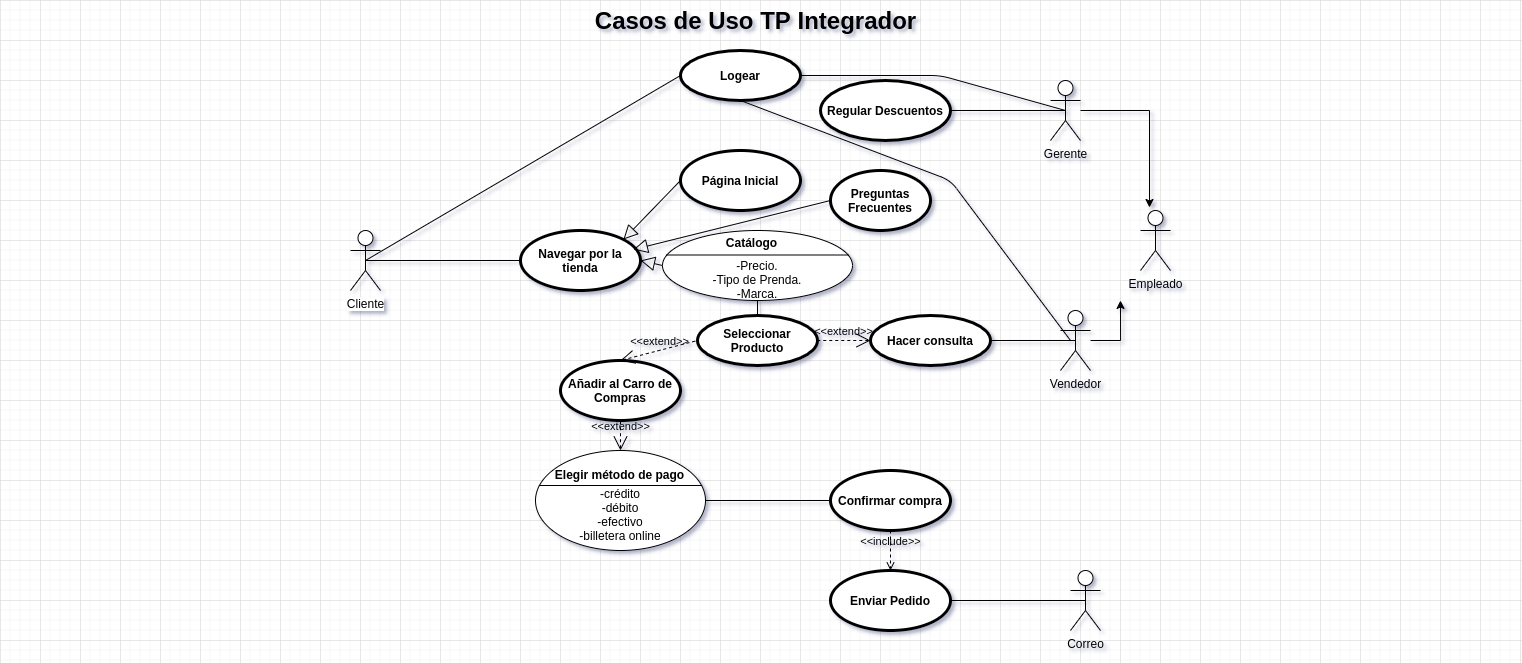
The draw.io diagram CU_1.png in Fede4872/integrador_sistemas_II, before a commit. Source tidied: cells renumbered, new cells last; positions are measured from the earlier drawing's top-left corner, leaving out a move shared by most shapes.
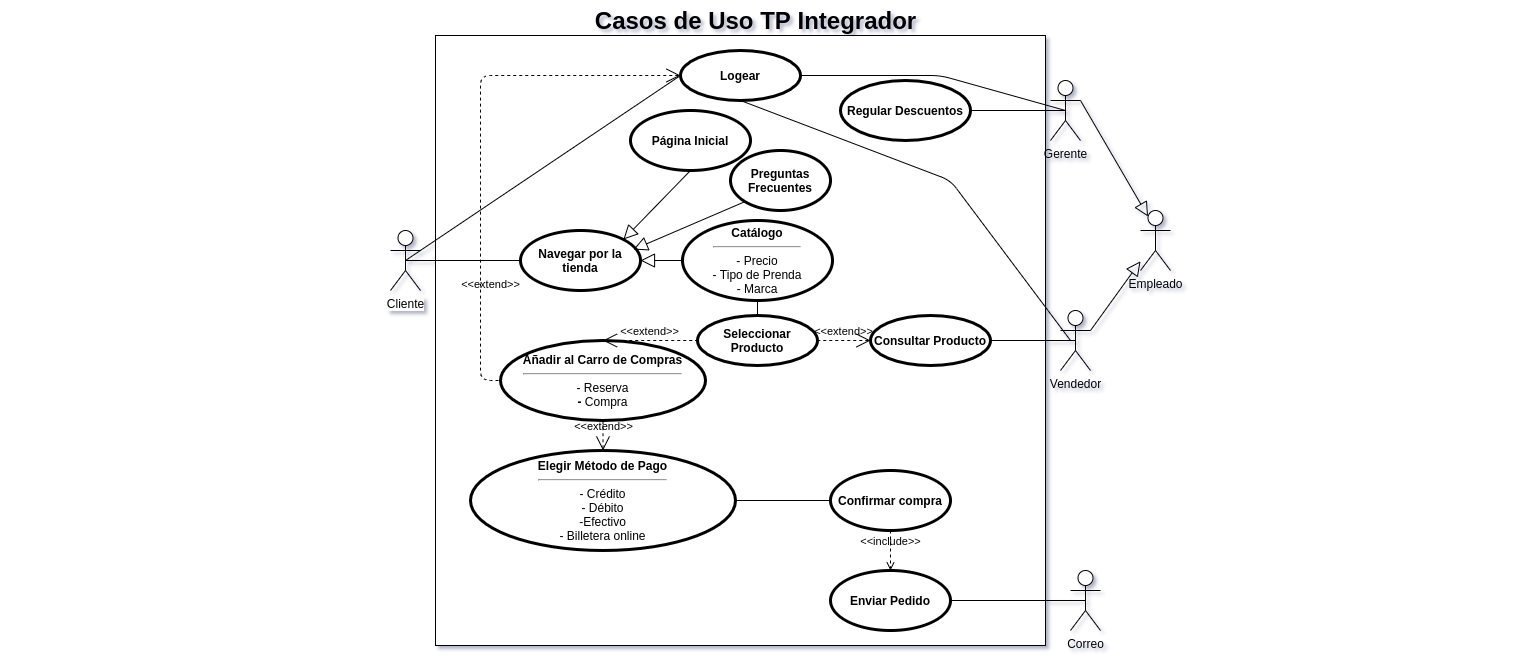
After the commit.

Commit message:
Falta Diagrama de Clases y de Secuencia

What changed in the source:
```diff
@@ -2,26 +2,21 @@
   <root>
     <mxCell id="0" style="html=1;" />
     <mxCell id="1" style="html=1;" parent="0" />
+    <mxCell id="40" style="whiteSpace=wrap;html=1;" parent="1" vertex="1">
+      <mxGeometry x="435" y="35" width="610" height="610" as="geometry" />
+    </mxCell>
     <mxCell id="2" value="Casos de Uso TP Integrador" style="text;strokeColor=none;fillColor=none;html=1;fontSize=24;fontStyle=1;verticalAlign=middle;align=center;" parent="1" vertex="1">
       <mxGeometry width="1510" height="40" as="geometry" />
     </mxCell>
     <mxCell id="3" value="Cliente" style="shape=umlActor;verticalLabelPosition=bottom;labelBackgroundColor=#ffffff;verticalAlign=top;html=1;outlineConnect=0;" parent="1" vertex="1">
-      <mxGeometry x="350" y="230" width="30" height="60" as="geometry" />
+      <mxGeometry x="390" y="230" width="30" height="60" as="geometry" />
     </mxCell>
     <mxCell id="4" value="Empleado" style="shape=umlActor;html=1;verticalLabelPosition=bottom;verticalAlign=top;align=center;" parent="1" vertex="1">
       <mxGeometry x="1140" y="210" width="30" height="60" as="geometry" />
     </mxCell>
-    <mxCell id="5" style="edgeStyle=orthogonalEdgeStyle;rounded=0;jettySize=auto;html=1;entryX=0.3;entryY=-0.05;entryDx=0;entryDy=0;entryPerimeter=0;" parent="1" edge="1" source="6" target="4">
-      <mxGeometry relative="1" as="geometry" />
-    </mxCell>
     <mxCell id="6" value="Gerente" style="shape=umlActor;html=1;verticalLabelPosition=bottom;verticalAlign=top;align=center;" parent="1" vertex="1">
       <mxGeometry x="1050" y="80" width="30" height="60" as="geometry" />
     </mxCell>
-    <mxCell id="7" style="edgeStyle=orthogonalEdgeStyle;rounded=0;jettySize=auto;html=1;" parent="1" edge="1" source="8">
-      <mxGeometry relative="1" as="geometry">
-        <mxPoint x="1120" y="300" as="targetPoint" />
-      </mxGeometry>
-    </mxCell>
     <mxCell id="8" value="Vendedor" style="shape=umlActor;html=1;verticalLabelPosition=bottom;verticalAlign=top;align=center;" parent="1" vertex="1">
       <mxGeometry x="1060" y="310" width="30" height="60" as="geometry" />
     </mxCell>
@@ -29,7 +24,7 @@
       <mxGeometry x="1070" y="570" width="30" height="60" as="geometry" />
     </mxCell>
     <mxCell id="10" value="Regular Descuentos" style="shape=ellipse;html=1;strokeWidth=3;fontStyle=1;whiteSpace=wrap;align=center;perimeter=ellipsePerimeter;" parent="1" vertex="1">
-      <mxGeometry x="820" y="80" width="130" height="60" as="geometry" />
+      <mxGeometry x="840" y="80" width="130" height="60" as="geometry" />
     </mxCell>
     <mxCell id="11" value="Enviar Pedido" style="shape=ellipse;html=1;strokeWidth=3;fontStyle=1;whiteSpace=wrap;align=center;perimeter=ellipsePerimeter;" parent="1" vertex="1">
       <mxGeometry x="830" y="570" width="120" height="60" as="geometry" />
@@ -41,37 +36,21 @@
       <mxGeometry x="520" y="230" width="120" height="60" as="geometry" />
     </mxCell>
     <mxCell id="14" value="Preguntas Frecuentes" style="shape=ellipse;html=1;strokeWidth=3;fontStyle=1;whiteSpace=wrap;align=center;perimeter=ellipsePerimeter;" parent="1" vertex="1">
-      <mxGeometry x="830" y="170" width="100" height="60" as="geometry" />
+      <mxGeometry x="730" y="150" width="100" height="60" as="geometry" />
     </mxCell>
     <mxCell id="15" value="Página Inicial" style="shape=ellipse;html=1;strokeWidth=3;fontStyle=1;whiteSpace=wrap;align=center;perimeter=ellipsePerimeter;" parent="1" vertex="1">
-      <mxGeometry x="680" y="150" width="120" height="60" as="geometry" />
+      <mxGeometry x="630" y="110" width="120" height="60" as="geometry" />
     </mxCell>
-    <mxCell id="16" value="&lt;span&gt;&lt;br&gt;&lt;/span&gt;&lt;span&gt;&lt;br&gt;-Precio.&lt;/span&gt;&lt;span&gt;&lt;br&gt;&lt;/span&gt;&lt;span&gt;-Tipo de Prenda.&lt;/span&gt;&lt;br&gt;&lt;span&gt;-Marca.&lt;/span&gt;" style="html=1;shape=mxgraph.sysml.useCaseExtPt;whiteSpace=wrap;align=center;" parent="1" vertex="1">
-      <mxGeometry x="662" y="230" width="190" height="70" as="geometry" />
-    </mxCell>
-    <mxCell id="17" value="Catálogo" style="html=1;verticalAlign=middle;align=center;labelBackgroundColor=none;fontStyle=1;" parent="16" vertex="1">
-      <mxGeometry x="95" y="14.9" as="geometry">
-        <mxPoint x="-7" y="-4" as="offset" />
-      </mxGeometry>
-    </mxCell>
-    <mxCell id="18" value="Añadir al Carro de Compras" style="shape=ellipse;html=1;strokeWidth=3;fontStyle=1;whiteSpace=wrap;align=center;perimeter=ellipsePerimeter;" parent="1" vertex="1">
-      <mxGeometry x="560" y="360" width="120" height="60" as="geometry" />
+    <mxCell id="18" value="Añadir al Carro de Compras&lt;br&gt;&lt;hr&gt;&lt;span style=&quot;font-weight: 400&quot;&gt;- Reserva&lt;br&gt;&lt;/span&gt;- &lt;span style=&quot;font-weight: normal&quot;&gt;Compra&lt;/span&gt;" style="shape=ellipse;html=1;strokeWidth=3;fontStyle=1;whiteSpace=wrap;align=center;perimeter=ellipsePerimeter;" parent="1" vertex="1">
+      <mxGeometry x="500" y="340" width="205" height="80" as="geometry" />
     </mxCell>
     <mxCell id="19" value="Confirmar compra" style="shape=ellipse;html=1;strokeWidth=3;fontStyle=1;whiteSpace=wrap;align=center;perimeter=ellipsePerimeter;" parent="1" vertex="1">
       <mxGeometry x="830" y="470" width="120" height="60" as="geometry" />
     </mxCell>
-    <mxCell id="20" value="&lt;br&gt;&lt;br&gt;-crédito&lt;br&gt;-débito&lt;br&gt;-efectivo&lt;br&gt;-billetera online" style="html=1;shape=mxgraph.sysml.useCaseExtPt;whiteSpace=wrap;align=center;" parent="1" vertex="1">
-      <mxGeometry x="535" y="450" width="170" height="100" as="geometry" />
-    </mxCell>
-    <mxCell id="21" value="Elegir método de pago" style="html=1;verticalAlign=middle;align=center;labelBackgroundColor=none;fontStyle=1;" parent="20" vertex="1">
-      <mxGeometry x="85" y="21.2" as="geometry">
-        <mxPoint x="-2" y="2" as="offset" />
-      </mxGeometry>
-    </mxCell>
     <mxCell id="22" value="Seleccionar Producto" style="shape=ellipse;html=1;strokeWidth=3;fontStyle=1;whiteSpace=wrap;align=center;perimeter=ellipsePerimeter;" parent="1" vertex="1">
       <mxGeometry x="697" y="315" width="120" height="50" as="geometry" />
     </mxCell>
-    <mxCell id="23" value="Hacer consulta" style="shape=ellipse;html=1;strokeWidth=3;fontStyle=1;whiteSpace=wrap;align=center;perimeter=ellipsePerimeter;" parent="1" vertex="1">
+    <mxCell id="23" value="Consultar Producto" style="shape=ellipse;html=1;strokeWidth=3;fontStyle=1;whiteSpace=wrap;align=center;perimeter=ellipsePerimeter;" parent="1" vertex="1">
       <mxGeometry x="870" y="315" width="120" height="50" as="geometry" />
     </mxCell>
     <mxCell id="24" style="endArrow=none;html=1;exitX=0.5;exitY=0.5;exitDx=0;exitDy=0;exitPerimeter=0;entryX=1;entryY=0.5;entryDx=0;entryDy=0;" parent="1" edge="1" source="6" target="10">
@@ -86,16 +65,16 @@
     <mxCell id="27" style="endArrow=none;html=1;entryX=0.5;entryY=0.5;entryDx=0;entryDy=0;entryPerimeter=0;exitX=1;exitY=0.5;exitDx=0;exitDy=0;" parent="1" edge="1" source="23" target="8">
       <mxGeometry relative="1" as="geometry" />
     </mxCell>
-    <mxCell id="28" style="endArrow=none;html=1;exitX=0.5;exitY=0;exitDx=0;exitDy=0;entryX=0.5;entryY=1;entryDx=0;entryDy=0;entryPerimeter=0;" parent="1" edge="1" source="22" target="16">
+    <mxCell id="28" style="endArrow=none;html=1;exitX=0.5;exitY=0;exitDx=0;exitDy=0;entryX=0.5;entryY=1;entryDx=0;entryDy=0;" parent="1" edge="1" source="22" target="42">
       <mxGeometry relative="1" as="geometry" />
     </mxCell>
-    <mxCell id="29" style="endArrow=none;html=1;exitX=1;exitY=0.5;exitDx=0;exitDy=0;exitPerimeter=0;entryX=0;entryY=0.5;entryDx=0;entryDy=0;" parent="1" edge="1" source="20" target="19">
+    <mxCell id="29" style="endArrow=none;html=1;exitX=1;exitY=0.5;exitDx=0;exitDy=0;entryX=0;entryY=0.5;entryDx=0;entryDy=0;" parent="1" edge="1" source="43" target="19">
       <mxGeometry relative="1" as="geometry" />
     </mxCell>
     <mxCell id="30" value="&amp;lt;&amp;lt;extend&amp;gt;&amp;gt;" style="edgeStyle=none;html=1;startArrow=open;endArrow=none;startSize=12;verticalAlign=bottom;dashed=1;labelBackgroundColor=none;exitX=0.5;exitY=0;exitDx=0;exitDy=0;entryX=0;entryY=0.5;entryDx=0;entryDy=0;" parent="1" edge="1" source="18" target="22">
       <mxGeometry relative="1" as="geometry" />
     </mxCell>
-    <mxCell id="31" value="&amp;lt;&amp;lt;extend&amp;gt;&amp;gt;" style="edgeStyle=none;html=1;startArrow=open;endArrow=none;startSize=12;verticalAlign=bottom;dashed=1;labelBackgroundColor=none;exitX=0.5;exitY=0;exitDx=0;exitDy=0;entryX=0.5;entryY=1;entryDx=0;entryDy=0;exitPerimeter=0;" parent="1" edge="1" source="20" target="18">
+    <mxCell id="31" value="&amp;lt;&amp;lt;extend&amp;gt;&amp;gt;" style="edgeStyle=none;html=1;startArrow=open;endArrow=none;startSize=12;verticalAlign=bottom;dashed=1;labelBackgroundColor=none;exitX=0.5;exitY=0;exitDx=0;exitDy=0;entryX=0.5;entryY=1;entryDx=0;entryDy=0;" parent="1" edge="1" source="43" target="18">
       <mxGeometry relative="1" as="geometry" />
     </mxCell>
     <mxCell id="32" value="&amp;lt;&amp;lt;extend&amp;gt;&amp;gt;" style="edgeStyle=none;html=1;startArrow=open;endArrow=none;startSize=12;verticalAlign=bottom;dashed=1;labelBackgroundColor=none;exitX=0;exitY=0.5;exitDx=0;exitDy=0;entryX=1;entryY=0.5;entryDx=0;entryDy=0;" parent="1" edge="1" source="23" target="22">
@@ -104,13 +83,13 @@
     <mxCell id="33" value="&amp;lt;&amp;lt;include&amp;gt;&amp;gt;" style="edgeStyle=none;html=1;endArrow=open;verticalAlign=bottom;dashed=1;labelBackgroundColor=none;entryX=0.5;entryY=0;entryDx=0;entryDy=0;exitX=0.5;exitY=1;exitDx=0;exitDy=0;" parent="1" edge="1" source="19" target="11">
       <mxGeometry relative="1" as="geometry" />
     </mxCell>
-    <mxCell id="34" style="edgeStyle=none;html=1;endArrow=block;endFill=0;endSize=12;verticalAlign=bottom;exitX=0;exitY=0.5;exitDx=0;exitDy=0;entryX=1;entryY=0;entryDx=0;entryDy=0;" parent="1" edge="1" source="15" target="13">
+    <mxCell id="34" style="edgeStyle=none;html=1;endArrow=block;endFill=0;endSize=12;verticalAlign=bottom;exitX=0.5;exitY=1;exitDx=0;exitDy=0;entryX=1;entryY=0;entryDx=0;entryDy=0;" parent="1" edge="1" source="15" target="13">
       <mxGeometry relative="1" as="geometry" />
     </mxCell>
-    <mxCell id="35" style="edgeStyle=none;html=1;endArrow=block;endFill=0;endSize=12;verticalAlign=bottom;exitX=0;exitY=0.5;exitDx=0;exitDy=0;entryX=1;entryY=0.5;entryDx=0;entryDy=0;exitPerimeter=0;" parent="1" edge="1" source="16" target="13">
+    <mxCell id="35" style="edgeStyle=none;html=1;endArrow=block;endFill=0;endSize=12;verticalAlign=bottom;entryX=1;entryY=0.5;entryDx=0;entryDy=0;exitX=0;exitY=0.5;exitDx=0;exitDy=0;" parent="1" edge="1" source="42" target="13">
       <mxGeometry relative="1" as="geometry" />
     </mxCell>
-    <mxCell id="36" style="edgeStyle=none;html=1;endArrow=block;endFill=0;endSize=12;verticalAlign=bottom;exitX=0;exitY=0.5;exitDx=0;exitDy=0;entryX=1;entryY=0;entryDx=0;entryDy=0;" parent="1" edge="1" source="14">
+    <mxCell id="36" style="edgeStyle=none;html=1;endArrow=block;endFill=0;endSize=12;verticalAlign=bottom;exitX=0;exitY=1;exitDx=0;exitDy=0;entryX=1;entryY=0;entryDx=0;entryDy=0;" parent="1" edge="1" source="14">
       <mxGeometry relative="1" as="geometry">
         <mxPoint x="632.9" y="249" as="targetPoint" />
       </mxGeometry>
@@ -133,5 +112,26 @@
         </Array>
       </mxGeometry>
     </mxCell>
+    <mxCell id="41" value="&amp;lt;&amp;lt;extend&amp;gt;&amp;gt;" style="edgeStyle=none;html=1;startArrow=open;endArrow=none;startSize=12;verticalAlign=bottom;dashed=1;labelBackgroundColor=none;entryX=0;entryY=0.5;entryDx=0;entryDy=0;exitX=0;exitY=0.5;exitDx=0;exitDy=0;" parent="1" edge="1" source="12" target="18">
+      <mxGeometry x="0.59" y="10" relative="1" as="geometry">
+        <Array as="points">
+          <mxPoint x="480" y="75" />
+          <mxPoint x="480" y="380" />
+        </Array>
+        <mxPoint y="-1" as="offset" />
+      </mxGeometry>
+    </mxCell>
+    <mxCell id="42" value="Catálogo&lt;hr&gt;&lt;span style=&quot;font-weight: normal&quot;&gt;- Precio&lt;br&gt;- Tipo de Prenda&lt;br&gt;- Marca&lt;/span&gt;" style="shape=ellipse;html=1;strokeWidth=3;fontStyle=1;whiteSpace=wrap;align=center;perimeter=ellipsePerimeter;" parent="1" vertex="1">
+      <mxGeometry x="682" y="220" width="150" height="80" as="geometry" />
+    </mxCell>
+    <mxCell id="43" value="Elegir Método de Pago&lt;hr&gt;&lt;span style=&quot;font-weight: normal&quot;&gt;- Crédito&lt;br&gt;- Débito&lt;br&gt;-Efectivo&lt;br&gt;- Billetera online&lt;/span&gt;" style="shape=ellipse;html=1;strokeWidth=3;fontStyle=1;whiteSpace=wrap;align=center;perimeter=ellipsePerimeter;" parent="1" vertex="1">
+      <mxGeometry x="470" y="450" width="265" height="100" as="geometry" />
+    </mxCell>
+    <mxCell id="44" style="edgeStyle=none;html=1;endSize=12;endArrow=block;endFill=0;exitX=1;exitY=0.3333333333333333;exitDx=0;exitDy=0;exitPerimeter=0;" parent="1" edge="1" source="8" target="4">
+      <mxGeometry relative="1" as="geometry" />
+    </mxCell>
+    <mxCell id="5" style="edgeStyle=none;html=1;endSize=12;endArrow=block;endFill=0;exitX=1;exitY=0.3333333333333333;exitDx=0;exitDy=0;exitPerimeter=0;entryX=0.25;entryY=0.1;entryDx=0;entryDy=0;entryPerimeter=0;" parent="1" edge="1" source="6" target="4">
+      <mxGeometry relative="1" as="geometry" />
+    </mxCell>
   </root>
 </mxGraphModel>
```
